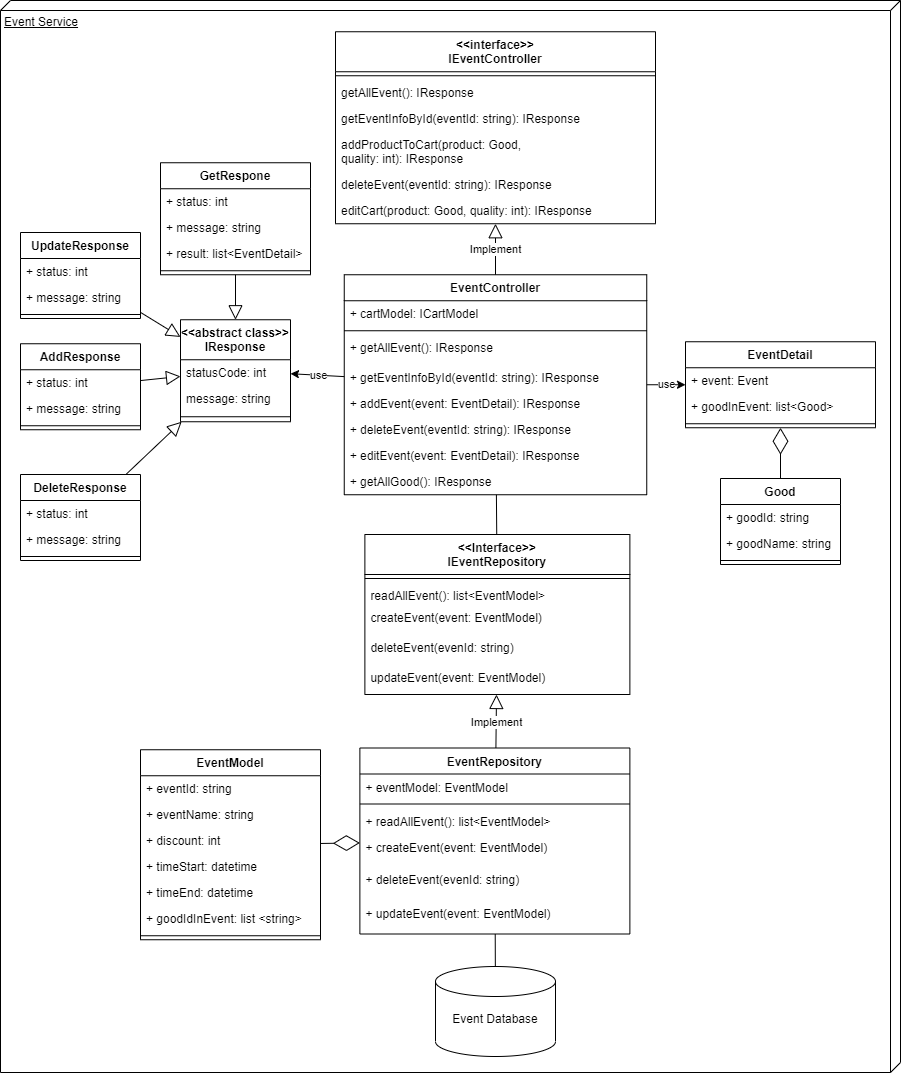
hienbui-iwrp/DACN_report keeps this draw.io diagram as img/Architecture/service/EventService.png. Above is the earlier version. Source tidied: cells renumbered, new cells last; positions are measured from the earlier drawing's top-left corner, leaving out a move shared by most shapes.
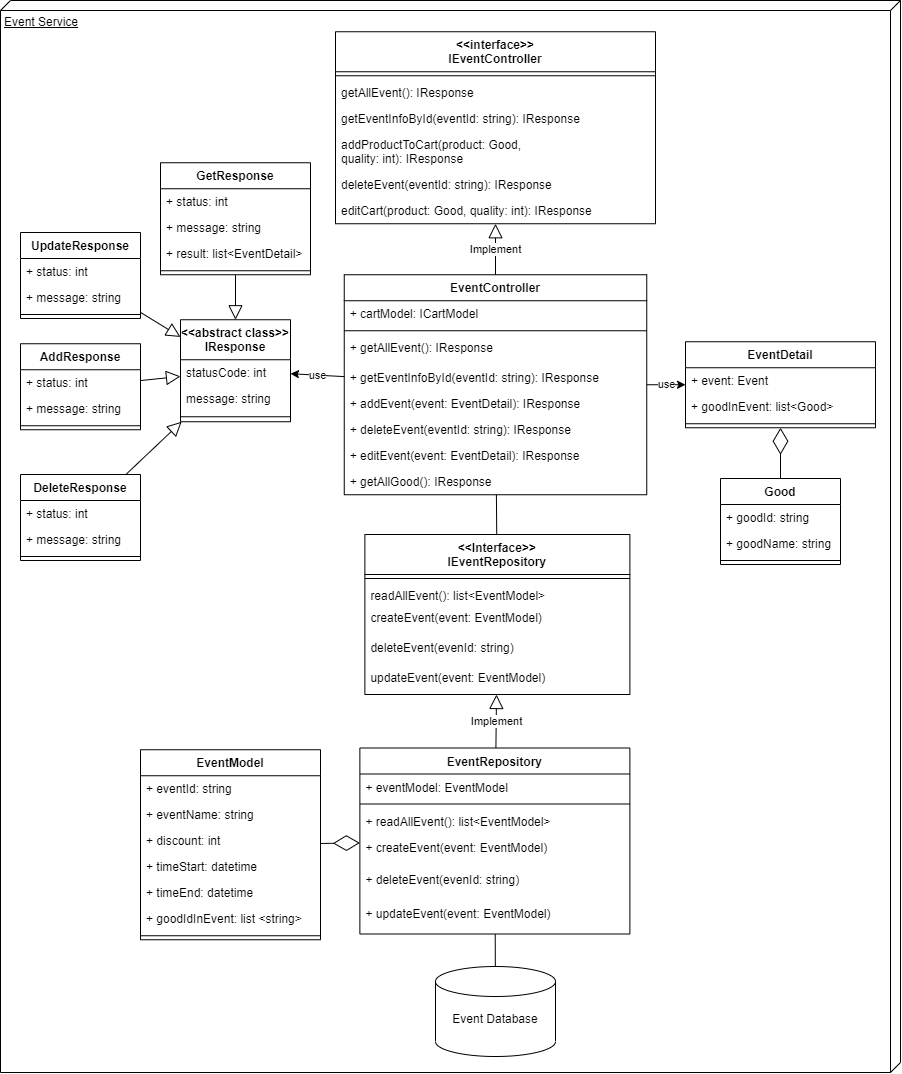
Above is the later version.

Commit message:
SAMPLE branch service

Change to the diagram source:
```diff
@@ -188,7 +188,7 @@
     <mxCell id="63" style="line;html=1;strokeWidth=1;align=left;verticalAlign=middle;spacingTop=-1;spacingLeft=3;spacingRight=3;labelPosition=right;" parent="60" vertex="1">
       <mxGeometry y="92" width="110" height="10" as="geometry" />
     </mxCell>
-    <mxCell id="64" value="GetRespone" style="swimlane;fontStyle=1;align=center;verticalAlign=top;horizontal=1;startSize=26;" parent="1" vertex="1">
+    <mxCell id="64" value="GetResponse" style="swimlane;fontStyle=1;align=center;verticalAlign=top;horizontal=1;startSize=26;" parent="1" vertex="1">
       <mxGeometry x="160" y="162.2" width="150" height="112" as="geometry" />
     </mxCell>
     <mxCell id="65" value="+ status: int" style="text;strokeColor=none;fillColor=none;align=left;verticalAlign=top;spacingLeft=4;spacingRight=4;overflow=hidden;" parent="64" vertex="1">
```
